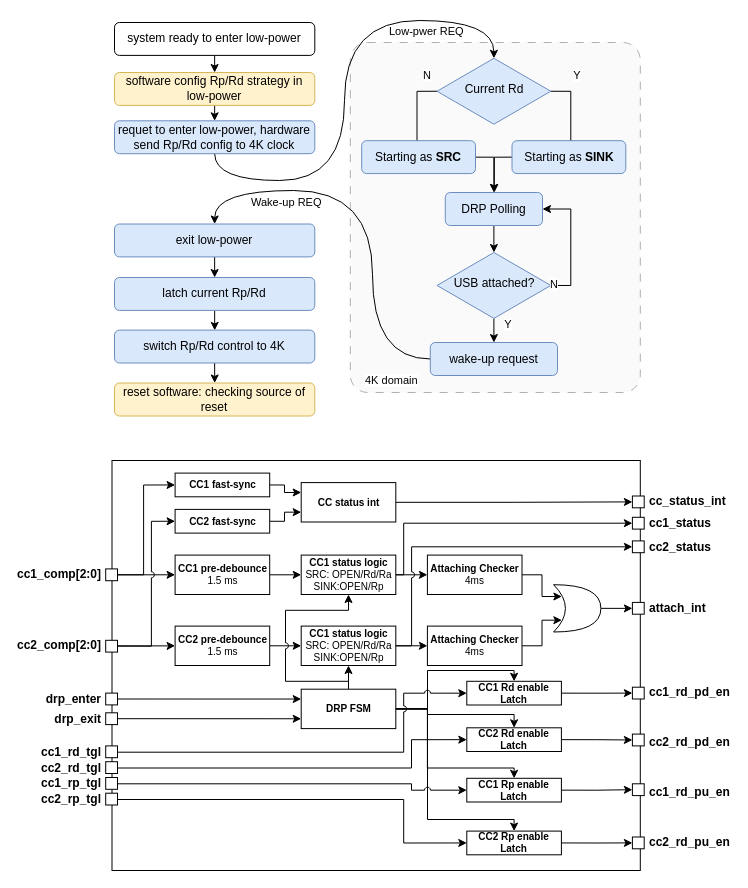
Before: pd_rp_rd_lp.drawio in Xhopo/test, a draw.io diagram. Source tidied: cells renumbered, new cells numbered last; positions are measured from the earlier drawing's top-left corner, leaving out a move shared by most shapes. Both pictures are drawn from the tidied source at 100%, with x=0, y=0 at pixel (24, 17).
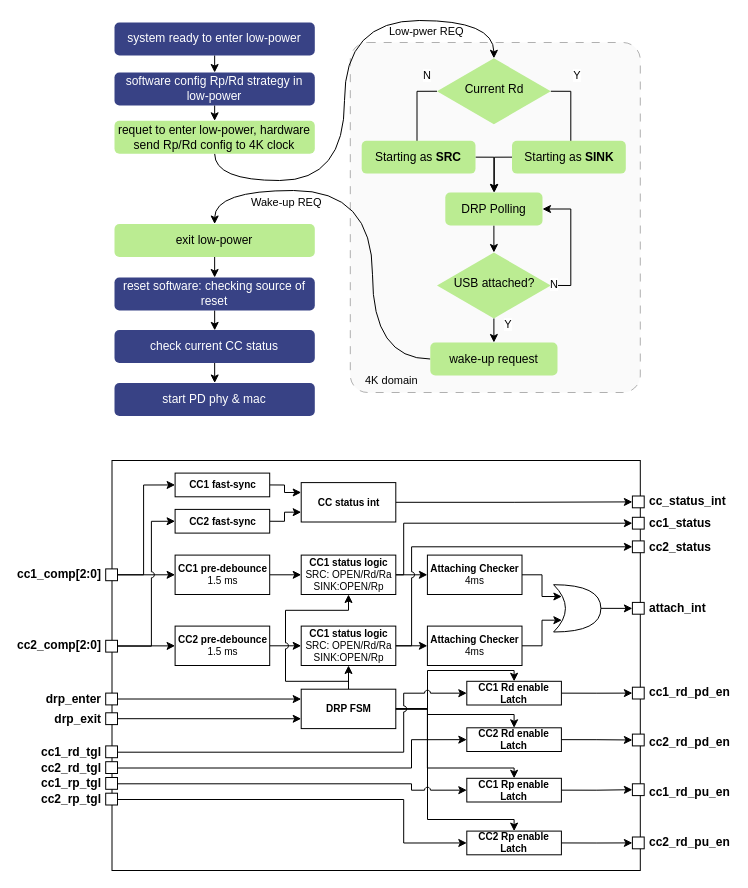
Above is the later version.

Unchanged cells that the change refers to:
```xml
<mxCell id="11" style="shape=xor;whiteSpace=wrap;html=1;fontSize=10;" parent="1" vertex="1">
  <mxGeometry x="529.1" y="567.2" width="47.3" height="47.3" as="geometry" />
</mxCell>
<mxCell id="16" value="&lt;div&gt;&lt;span style=&quot;background-color: transparent; color: light-dark(rgb(0, 0, 0), rgb(255, 255, 255));&quot;&gt;&lt;b&gt;Attaching Checker&lt;/b&gt;&lt;/span&gt;&lt;/div&gt;&lt;div&gt;&lt;span style=&quot;background-color: transparent; color: light-dark(rgb(0, 0, 0), rgb(255, 255, 255));&quot;&gt;&lt;font&gt;4ms&lt;/font&gt;&lt;/span&gt;&lt;/div&gt;" style="rounded=0;whiteSpace=wrap;html=1;fontSize=10;" parent="1" vertex="1">
  <mxGeometry x="402.9" y="608.6" width="94.6" height="39.4" as="geometry" />
</mxCell>
```

Change to the diagram source:
```diff
@@
-    <mxCell id="17" style="edgeStyle=orthogonalEdgeStyle;rounded=0;jettySize=auto;html=1;exitX=1;exitY=0.5;exitDx=0;exitDy=0;entryX=0.175;entryY=0.75;entryDx=0;entryDy=0;entryPerimeter=0;fontSize=10;" parent="1" edge="1" source="16" target="11">
-      <mxGeometry relative="1" as="geometry" />
-    </mxCell>
@@
-    <mxCell id="87" value="&lt;div&gt;DRP Polling&lt;/div&gt;" style="rounded=1;whiteSpace=wrap;html=1;fontSize=12;glass=0;strokeWidth=1;shadow=0;fillColor=#dae8fc;strokeColor=#6c8ebf;" parent="1" vertex="1">
+    <mxCell id="87" value="&lt;div&gt;DRP Polling&lt;/div&gt;" style="rounded=1;whiteSpace=wrap;html=1;fontSize=12;glass=0;strokeWidth=1;shadow=0;fillColor=#BBEC92;strokeColor=none;" parent="1" vertex="1">
       <mxGeometry x="420.8" y="175" width="97.2" height="33" as="geometry" />
     </mxCell>
@@
-    <mxCell id="90" value="USB attached?" style="rhombus;whiteSpace=wrap;html=1;shadow=0;fontFamily=Helvetica;fontSize=12;align=center;strokeWidth=1;spacing=6;spacingTop=-4;fillColor=#dae8fc;strokeColor=#6c8ebf;" parent="1" vertex="1">
+    <mxCell id="90" value="USB attached?" style="rhombus;whiteSpace=wrap;html=1;shadow=0;fontFamily=Helvetica;fontSize=12;align=center;strokeWidth=1;spacing=6;spacingTop=-4;fillColor=#BBEC92;strokeColor=none;" parent="1" vertex="1">
       <mxGeometry x="412.5" y="235" width="113.8" height="65.9" as="geometry" />
     </mxCell>
@@
-    <mxCell id="94" value="wake-up request" style="rounded=1;whiteSpace=wrap;html=1;fontSize=12;glass=0;strokeWidth=1;shadow=0;fillColor=#dae8fc;strokeColor=#6c8ebf;" parent="1" vertex="1">
+    <mxCell id="94" value="wake-up request" style="rounded=1;whiteSpace=wrap;html=1;fontSize=12;glass=0;strokeWidth=1;shadow=0;fillColor=#BBEC92;strokeColor=none;" parent="1" vertex="1">
       <mxGeometry x="405.8" y="325" width="127.2" height="33" as="geometry" />
     </mxCell>
-    <mxCell id="95" value="&lt;div&gt;reset software: checking source of reset&lt;/div&gt;" style="rounded=1;whiteSpace=wrap;html=1;fontSize=12;glass=0;strokeWidth=1;shadow=0;fillColor=#fff2cc;strokeColor=#d6b656;" parent="1" vertex="1">
+    <mxCell id="95" value="&lt;div&gt;start PD phy &amp;amp; mac&lt;/div&gt;" style="rounded=1;whiteSpace=wrap;html=1;fontSize=12;glass=0;strokeWidth=1;shadow=0;fillColor=light-dark(#384285, #281d00);strokeColor=none;fontColor=#FFFFFF;" parent="1" vertex="1">
       <mxGeometry x="90" y="365.5" width="200.3" height="33" as="geometry" />
     </mxCell>
-    <mxCell id="96" value="4K domain" style="text;html=1;align=left;verticalAlign=middle;whiteSpace=wrap;rounded=0;fontFamily=Helvetica;fontSize=11;fontColor=default;labelBackgroundColor=default;" parent="1" vertex="1">
+    <mxCell id="96" value="4K domain" style="text;html=1;align=left;verticalAlign=middle;whiteSpace=wrap;rounded=0;fontFamily=Helvetica;fontSize=11;fontColor=default;labelBackgroundColor=none;" parent="1" vertex="1">
       <mxGeometry x="339.4" y="355" width="91" height="16.5" as="geometry" />
     </mxCell>
@@
-    <mxCell id="99" value="Current Rd" style="rhombus;whiteSpace=wrap;html=1;shadow=0;fontFamily=Helvetica;fontSize=12;align=center;strokeWidth=1;spacing=6;spacingTop=-4;fillColor=#dae8fc;strokeColor=#6c8ebf;" parent="1" vertex="1">
+    <mxCell id="99" value="Current Rd" style="rhombus;whiteSpace=wrap;html=1;shadow=0;fontFamily=Helvetica;fontSize=12;align=center;strokeWidth=1;spacing=6;spacingTop=-4;fillColor=#BBEC92;strokeColor=none;" parent="1" vertex="1">
       <mxGeometry x="412.5" y="40.8" width="113.8" height="65.9" as="geometry" />
     </mxCell>
@@
-    <mxCell id="101" value="&lt;div&gt;Starting as&amp;nbsp;&lt;b&gt;SRC&lt;/b&gt;&lt;/div&gt;" style="rounded=1;whiteSpace=wrap;html=1;fontSize=12;glass=0;strokeWidth=1;shadow=0;fillColor=#dae8fc;strokeColor=#6c8ebf;" parent="1" vertex="1">
+    <mxCell id="101" value="&lt;div&gt;Starting as&amp;nbsp;&lt;b&gt;SRC&lt;/b&gt;&lt;/div&gt;" style="rounded=1;whiteSpace=wrap;html=1;fontSize=12;glass=0;strokeWidth=1;shadow=0;fillColor=#BBEC92;strokeColor=none;" parent="1" vertex="1">
       <mxGeometry x="337.2" y="123.2" width="113.8" height="32.9" as="geometry" />
     </mxCell>
@@
-    <mxCell id="103" value="&lt;div&gt;Starting as&amp;nbsp;&lt;b&gt;SINK&lt;/b&gt;&lt;/div&gt;" style="rounded=1;whiteSpace=wrap;html=1;fontSize=12;glass=0;strokeWidth=1;shadow=0;fillColor=#dae8fc;strokeColor=#6c8ebf;" parent="1" vertex="1">
+    <mxCell id="103" value="&lt;div&gt;Starting as&amp;nbsp;&lt;b&gt;SINK&lt;/b&gt;&lt;/div&gt;" style="rounded=1;whiteSpace=wrap;html=1;fontSize=12;glass=0;strokeWidth=1;shadow=0;fillColor=#BBEC92;strokeColor=none;" parent="1" vertex="1">
       <mxGeometry x="487.5" y="123.2" width="113.8" height="32.9" as="geometry" />
     </mxCell>
@@
-    <mxCell id="107" value="system ready to enter low-power" style="rounded=1;whiteSpace=wrap;html=1;fontSize=12;glass=0;strokeWidth=1;shadow=0;" parent="1" vertex="1">
+    <mxCell id="107" value="system ready to enter low-power" style="rounded=1;whiteSpace=wrap;html=1;fontSize=12;glass=0;strokeWidth=1;shadow=0;strokeColor=none;fillColor=light-dark(#384285, #281d00);fontColor=#FFFFFF;" parent="1" vertex="1">
       <mxGeometry x="90" y="5" width="200.3" height="32.9" as="geometry" />
     </mxCell>
@@
-    <mxCell id="109" value="&lt;div&gt;software config Rp/Rd strategy in low-power&lt;/div&gt;" style="rounded=1;whiteSpace=wrap;html=1;fontSize=12;glass=0;strokeWidth=1;shadow=0;fillColor=#fff2cc;strokeColor=#d6b656;" parent="1" vertex="1">
+    <mxCell id="109" value="&lt;div&gt;software config Rp/Rd strategy in low-power&lt;/div&gt;" style="rounded=1;whiteSpace=wrap;html=1;fontSize=12;glass=0;strokeWidth=1;shadow=0;fillColor=light-dark(#384285, #281d00);strokeColor=none;fontColor=#FFFFFF;" parent="1" vertex="1">
       <mxGeometry x="90" y="55" width="200.3" height="32.9" as="geometry" />
     </mxCell>
-    <mxCell id="110" value="&lt;div&gt;requet to enter low-power, hardware&lt;/div&gt;&lt;div&gt;send Rp/Rd config to 4K clock&lt;/div&gt;" style="rounded=1;whiteSpace=wrap;html=1;fontSize=12;glass=0;strokeWidth=1;shadow=0;fillColor=#dae8fc;strokeColor=#6c8ebf;" parent="1" vertex="1">
+    <mxCell id="110" value="&lt;div&gt;requet to enter low-power, hardware&lt;/div&gt;&lt;div&gt;send Rp/Rd config to 4K clock&lt;/div&gt;" style="rounded=1;whiteSpace=wrap;html=1;fontSize=12;glass=0;strokeWidth=1;shadow=0;fillColor=#BBEC92;strokeColor=none;" parent="1" vertex="1">
       <mxGeometry x="90" y="103.3" width="200.3" height="32.9" as="geometry" />
     </mxCell>
@@
-    <mxCell id="112" value="&lt;div&gt;exit low-power&lt;/div&gt;" style="rounded=1;whiteSpace=wrap;html=1;fontSize=12;glass=0;strokeWidth=1;shadow=0;fillColor=#dae8fc;strokeColor=#6c8ebf;" parent="1" vertex="1">
+    <mxCell id="112" value="&lt;div&gt;exit low-power&lt;/div&gt;" style="rounded=1;whiteSpace=wrap;html=1;fontSize=12;glass=0;strokeWidth=1;shadow=0;fillColor=#BBEC92;strokeColor=none;" parent="1" vertex="1">
       <mxGeometry x="90" y="206.5" width="200.3" height="32.9" as="geometry" />
     </mxCell>
@@
-    <mxCell id="114" value="latch current Rp/Rd" style="rounded=1;whiteSpace=wrap;html=1;fontSize=12;glass=0;strokeWidth=1;shadow=0;fillColor=#dae8fc;strokeColor=#6c8ebf;" parent="1" vertex="1">
+    <mxCell id="114" value="&lt;span style=&quot;color: rgb(255, 255, 255);&quot;&gt;reset software: checking source of reset&lt;/span&gt;" style="rounded=1;whiteSpace=wrap;html=1;fontSize=12;glass=0;strokeWidth=1;shadow=0;fillColor=light-dark(#384285, #281d00);strokeColor=none;align=center;verticalAlign=middle;fontFamily=Helvetica;fontColor=#FFFFFF;" parent="1" vertex="1">
       <mxGeometry x="90" y="260" width="200.3" height="32.9" as="geometry" />
     </mxCell>
@@
-    <mxCell id="116" value="&lt;div&gt;switch Rp/Rd control to 4K&lt;/div&gt;" style="rounded=1;whiteSpace=wrap;html=1;fontSize=12;glass=0;strokeWidth=1;shadow=0;fillColor=#dae8fc;strokeColor=#6c8ebf;" parent="1" vertex="1">
+    <mxCell id="116" value="check current CC status" style="rounded=1;whiteSpace=wrap;html=1;fontSize=12;glass=0;strokeWidth=1;shadow=0;fillColor=light-dark(#384285, #281d00);strokeColor=none;align=center;verticalAlign=middle;fontFamily=Helvetica;fontColor=#FFFFFF;" parent="1" vertex="1">
       <mxGeometry x="90" y="312.6" width="200.3" height="32.9" as="geometry" />
     </mxCell>
@@
+    <mxCell id="17" style="edgeStyle=orthogonalEdgeStyle;rounded=0;jettySize=auto;html=1;exitX=1;exitY=0.5;exitDx=0;exitDy=0;entryX=0.175;entryY=0.75;entryDx=0;entryDy=0;entryPerimeter=0;" parent="1" edge="1" source="16" target="11">
+      <mxGeometry relative="1" as="geometry" />
+    </mxCell>
```
